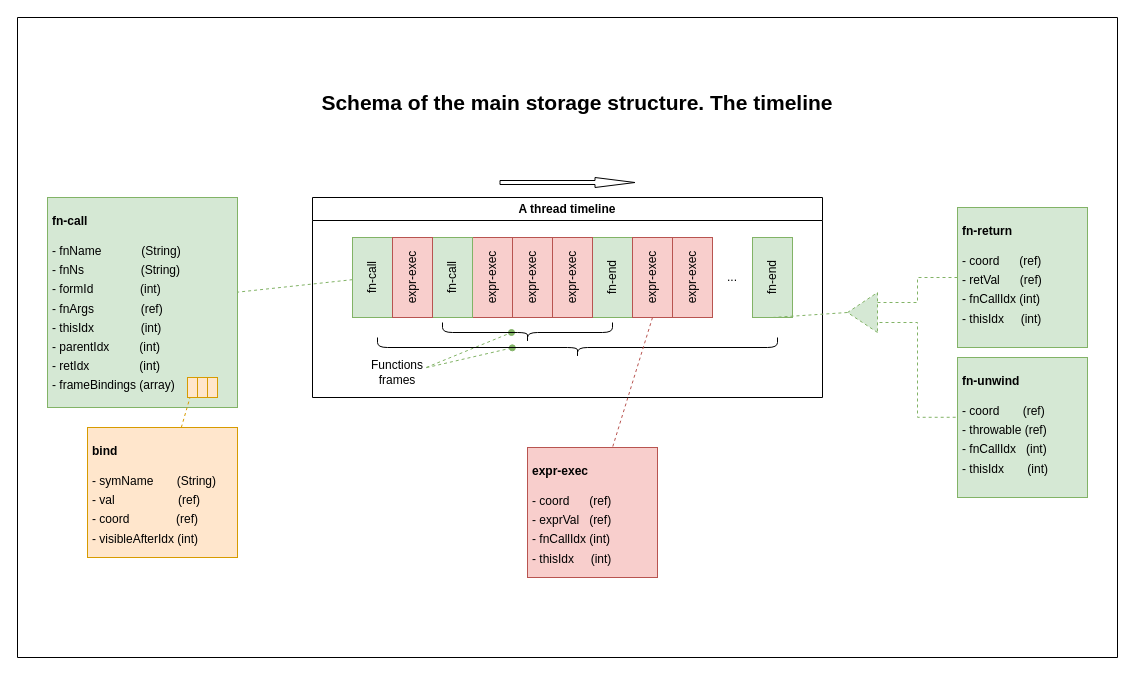
The draw.io diagram docs/timeline.drawio in flow-storm/flow-storm-debugger, before the edit. Source tidied: cells renumbered, new cells numbered last; positions are measured from the earlier drawing's top-left corner, leaving out a move shared by most shapes. Both pictures are drawn from the tidied source at 100%, with x=0, y=0 at pixel (17, 17).
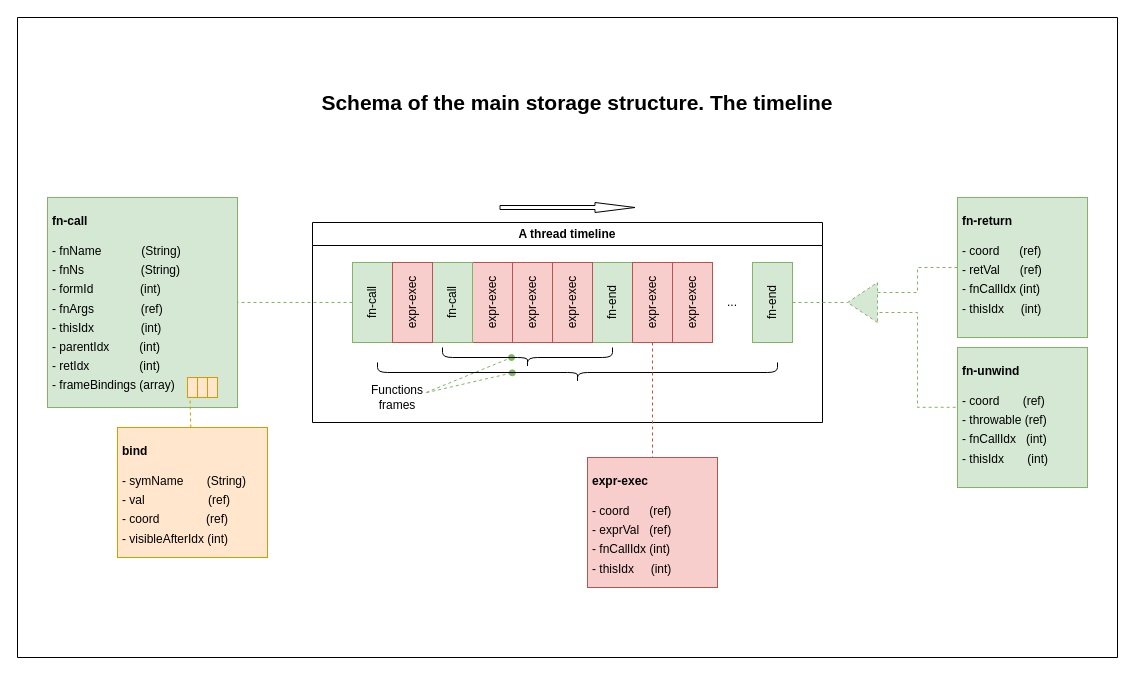
Above is the later version.

The change refers to these unchanged cells:
```xml
<mxCell id="3" style="swimlane;startSize=0;" parent="1" vertex="1">
  <mxGeometry width="1100" height="640" as="geometry" />
</mxCell>
```

Diff of the diagram source:
```diff
@@
     <mxCell id="4" style="triangle;whiteSpace=wrap;html=1;rotation=-180;dashed=1;fillColor=#d5e8d4;strokeColor=#82b366;" parent="3" vertex="1">
-      <mxGeometry x="830" y="275" width="30" height="40" as="geometry" />
+      <mxGeometry x="830" y="265" width="30" height="40" as="geometry" />
     </mxCell>
@@
     <mxCell id="6" value="&lt;h1&gt;&lt;font style=&quot;font-size: 12px;&quot;&gt;fn-return&lt;/font&gt;&lt;/h1&gt;&lt;p style=&quot;line-height: 60%;&quot;&gt;- coord&amp;nbsp; &amp;nbsp; &amp;nbsp; (ref)&lt;/p&gt;&lt;p style=&quot;line-height: 60%;&quot;&gt;- retVal&amp;nbsp; &amp;nbsp; &amp;nbsp; (ref)&lt;/p&gt;&lt;p style=&quot;line-height: 60%;&quot;&gt;- fnCallIdx (int)&lt;/p&gt;&lt;p style=&quot;line-height: 60%;&quot;&gt;- thisIdx&amp;nbsp; &amp;nbsp; &amp;nbsp;(int)&lt;/p&gt;" style="text;html=1;strokeColor=#82b366;fillColor=#d5e8d4;spacing=5;spacingTop=-20;whiteSpace=wrap;overflow=hidden;rounded=0;" parent="3" vertex="1">
-      <mxGeometry x="940" y="190" width="130" height="140" as="geometry" />
+      <mxGeometry x="940" y="180" width="130" height="140" as="geometry" />
     </mxCell>
@@
     <mxCell id="8" value="&lt;h1&gt;&lt;font style=&quot;font-size: 12px;&quot;&gt;fn-unwind&lt;/font&gt;&lt;/h1&gt;&lt;p style=&quot;line-height: 60%;&quot;&gt;- coord&amp;nbsp; &amp;nbsp; &amp;nbsp; &amp;nbsp;(ref)&lt;/p&gt;&lt;p style=&quot;line-height: 60%;&quot;&gt;- throwable (ref)&lt;/p&gt;&lt;p style=&quot;line-height: 60%;&quot;&gt;- fnCallIdx&amp;nbsp; &amp;nbsp;(int)&lt;/p&gt;&lt;p style=&quot;line-height: 60%;&quot;&gt;- thisIdx&amp;nbsp; &amp;nbsp; &amp;nbsp; &amp;nbsp;(int)&lt;/p&gt;" style="text;html=1;strokeColor=#82b366;fillColor=#d5e8d4;spacing=5;spacingTop=-20;whiteSpace=wrap;overflow=hidden;rounded=0;" parent="3" vertex="1">
-      <mxGeometry x="940" y="340" width="130" height="140" as="geometry" />
+      <mxGeometry x="940" y="330" width="130" height="140" as="geometry" />
     </mxCell>
@@
     <mxCell id="11" value="&lt;p&gt;fn-call&lt;/p&gt;" style="rounded=0;whiteSpace=wrap;html=1;horizontal=0;fillColor=#d5e8d4;strokeColor=#82b366;" parent="3" vertex="1">
-      <mxGeometry x="335" y="220" width="40" height="80" as="geometry" />
+      <mxGeometry x="335" y="245" width="40" height="80" as="geometry" />
     </mxCell>
     <mxCell id="12" value="&lt;p&gt;fn-end&lt;/p&gt;" style="rounded=0;whiteSpace=wrap;html=1;horizontal=0;fillColor=#d5e8d4;strokeColor=#82b366;" parent="3" vertex="1">
-      <mxGeometry x="575" y="220" width="40" height="80" as="geometry" />
+      <mxGeometry x="575" y="245" width="40" height="80" as="geometry" />
     </mxCell>
     <mxCell id="13" value="&lt;p&gt;expr-exec&lt;/p&gt;" style="rounded=0;whiteSpace=wrap;html=1;horizontal=0;fillColor=#f8cecc;strokeColor=#b85450;" parent="3" vertex="1">
-      <mxGeometry x="455" y="220" width="40" height="80" as="geometry" />
+      <mxGeometry x="455" y="245" width="40" height="80" as="geometry" />
     </mxCell>
     <mxCell id="14" value="&lt;p&gt;fn-call&lt;/p&gt;" style="rounded=0;whiteSpace=wrap;html=1;horizontal=0;fillColor=#d5e8d4;strokeColor=#82b366;" parent="3" vertex="1">
-      <mxGeometry x="415" y="220" width="40" height="80" as="geometry" />
+      <mxGeometry x="415" y="245" width="40" height="80" as="geometry" />
     </mxCell>
     <mxCell id="15" value="&lt;p&gt;expr-exec&lt;/p&gt;" style="rounded=0;whiteSpace=wrap;html=1;horizontal=0;fillColor=#f8cecc;strokeColor=#b85450;" parent="3" vertex="1">
-      <mxGeometry x="495" y="220" width="40" height="80" as="geometry" />
+      <mxGeometry x="495" y="245" width="40" height="80" as="geometry" />
     </mxCell>
     <mxCell id="16" value="&lt;p&gt;expr-exec&lt;/p&gt;" style="rounded=0;whiteSpace=wrap;html=1;horizontal=0;fillColor=#f8cecc;strokeColor=#b85450;" parent="3" vertex="1">
-      <mxGeometry x="535" y="220" width="40" height="80" as="geometry" />
+      <mxGeometry x="535" y="245" width="40" height="80" as="geometry" />
     </mxCell>
     <mxCell id="17" value="&lt;p&gt;expr-exec&lt;/p&gt;" style="rounded=0;whiteSpace=wrap;html=1;horizontal=0;fillColor=#f8cecc;strokeColor=#b85450;" parent="3" vertex="1">
-      <mxGeometry x="615" y="220" width="40" height="80" as="geometry" />
+      <mxGeometry x="615" y="245" width="40" height="80" as="geometry" />
     </mxCell>
     <mxCell id="18" value="&lt;p&gt;expr-exec&lt;/p&gt;" style="rounded=0;whiteSpace=wrap;html=1;horizontal=0;fillColor=#f8cecc;strokeColor=#b85450;" parent="3" vertex="1">
-      <mxGeometry x="655" y="220" width="40" height="80" as="geometry" />
+      <mxGeometry x="655" y="245" width="40" height="80" as="geometry" />
     </mxCell>
     <mxCell id="19" value="&lt;p&gt;fn-end&lt;/p&gt;" style="rounded=0;whiteSpace=wrap;html=1;horizontal=0;fillColor=#d5e8d4;strokeColor=#82b366;" parent="3" vertex="1">
-      <mxGeometry x="735" y="220" width="40" height="80" as="geometry" />
+      <mxGeometry x="735" y="245" width="40" height="80" as="geometry" />
     </mxCell>
     <mxCell id="20" value="..." style="text;html=1;strokeColor=none;fillColor=none;align=center;verticalAlign=middle;whiteSpace=wrap;rounded=0;" parent="3" vertex="1">
-      <mxGeometry x="685" y="245" width="60" height="30" as="geometry" />
+      <mxGeometry x="685" y="270" width="60" height="30" as="geometry" />
     </mxCell>
     <mxCell id="21" value="&lt;p&gt;expr-exec&lt;/p&gt;" style="rounded=0;whiteSpace=wrap;html=1;horizontal=0;fillColor=#f8cecc;strokeColor=#b85450;" parent="3" vertex="1">
-      <mxGeometry x="375" y="220" width="40" height="80" as="geometry" />
+      <mxGeometry x="375" y="245" width="40" height="80" as="geometry" />
     </mxCell>
     <mxCell id="22" value="A thread timeline" style="swimlane;whiteSpace=wrap;html=1;" parent="3" vertex="1">
-      <mxGeometry x="295" y="180" width="510" height="200" as="geometry" />
+      <mxGeometry x="295" y="205" width="510" height="200" as="geometry" />
     </mxCell>
@@
-    <mxCell id="24" style="rounded=0;jettySize=auto;html=1;endArrow=none;endFill=0;fillColor=#d5e8d4;strokeColor=#82b366;dashed=1;exitX=0.5;exitY=1;exitDx=0;exitDy=0;entryX=1;entryY=0.5;entryDx=0;entryDy=0;" parent="3" edge="1" source="19" target="4">
+    <mxCell id="24" style="rounded=0;jettySize=auto;html=1;endArrow=none;endFill=0;fillColor=#d5e8d4;strokeColor=#82b366;dashed=1;entryX=1;entryY=0.5;entryDx=0;entryDy=0;" parent="3" edge="1" source="19" target="4">
       <mxGeometry relative="1" as="geometry" />
     </mxCell>
     <mxCell id="25" style="shape=curlyBracket;whiteSpace=wrap;html=1;rounded=1;flipH=1;labelPosition=right;verticalLabelPosition=middle;align=left;verticalAlign=middle;rotation=90;" parent="3" vertex="1">
-      <mxGeometry x="500" y="230" width="20" height="170" as="geometry" />
+      <mxGeometry x="500" y="255" width="20" height="170" as="geometry" />
     </mxCell>
     <mxCell id="26" style="shape=curlyBracket;whiteSpace=wrap;html=1;rounded=1;flipH=1;labelPosition=right;verticalLabelPosition=middle;align=left;verticalAlign=middle;rotation=90;" parent="3" vertex="1">
-      <mxGeometry x="550" y="130" width="20" height="400" as="geometry" />
+      <mxGeometry x="550" y="155" width="20" height="400" as="geometry" />
     </mxCell>
@@
     <mxCell id="33" value="&lt;h1&gt;&lt;font style=&quot;font-size: 12px;&quot;&gt;bind&amp;nbsp;&lt;/font&gt;&lt;/h1&gt;&lt;p style=&quot;line-height: 60%;&quot;&gt;- symName&amp;nbsp; &amp;nbsp; &amp;nbsp; &amp;nbsp;(String)&lt;/p&gt;&lt;p style=&quot;line-height: 60%;&quot;&gt;- val&amp;nbsp; &amp;nbsp; &amp;nbsp; &amp;nbsp; &amp;nbsp; &amp;nbsp; &amp;nbsp; &amp;nbsp; &amp;nbsp; &amp;nbsp;(ref)&lt;/p&gt;&lt;p style=&quot;line-height: 60%;&quot;&gt;- coord&amp;nbsp; &amp;nbsp; &amp;nbsp; &amp;nbsp; &amp;nbsp; &amp;nbsp; &amp;nbsp; (ref)&lt;/p&gt;&lt;p style=&quot;line-height: 60%;&quot;&gt;- visibleAfterIdx (int)&lt;/p&gt;" style="text;html=1;strokeColor=#d79b00;fillColor=#ffe6cc;spacing=5;spacingTop=-20;whiteSpace=wrap;overflow=hidden;rounded=0;" parent="3" vertex="1">
-      <mxGeometry x="70" y="410" width="150" height="130" as="geometry" />
+      <mxGeometry x="100" y="410" width="150" height="130" as="geometry" />
     </mxCell>
@@
     <mxCell id="35" style="html=1;shadow=0;dashed=0;align=center;verticalAlign=middle;shape=mxgraph.arrows2.arrow;dy=0.6;dx=40;notch=0;" parent="3" vertex="1">
-      <mxGeometry x="482.5" y="160" width="135" height="10" as="geometry" />
+      <mxGeometry x="482.5" y="185" width="135" height="10" as="geometry" />
     </mxCell>
     <mxCell id="36" value="&lt;h1&gt;&lt;font style=&quot;font-size: 12px;&quot;&gt;expr-exec&amp;nbsp;&lt;/font&gt;&lt;/h1&gt;&lt;p style=&quot;line-height: 60%;&quot;&gt;- coord&amp;nbsp; &amp;nbsp; &amp;nbsp; (ref)&lt;/p&gt;&lt;p style=&quot;line-height: 60%;&quot;&gt;- exprVal&amp;nbsp; &amp;nbsp;(ref)&lt;/p&gt;&lt;p style=&quot;line-height: 60%;&quot;&gt;- fnCallIdx (int)&lt;/p&gt;&lt;p style=&quot;line-height: 60%;&quot;&gt;- thisIdx&amp;nbsp; &amp;nbsp; &amp;nbsp;(int)&lt;/p&gt;" style="text;html=1;strokeColor=#b85450;fillColor=#f8cecc;spacing=5;spacingTop=-20;whiteSpace=wrap;overflow=hidden;rounded=0;" parent="3" vertex="1">
-      <mxGeometry x="510" y="430" width="130" height="130" as="geometry" />
+      <mxGeometry x="570" y="440" width="130" height="130" as="geometry" />
     </mxCell>
```
